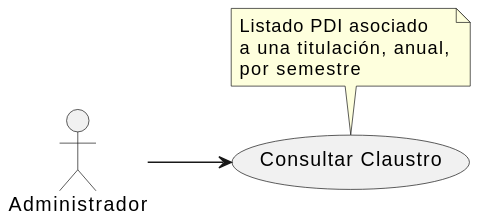
mmasias/24-25-IdSw1-SDR keeps this PlantUML diagram as images/modelosUML/CdU/Individuales/ClaustroDocente.svg. Above is the earlier version.
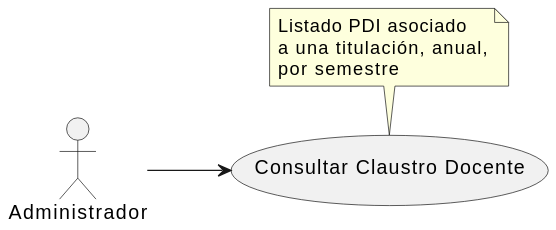
The same file after the commit.

The edit, as a diff of the source:
```diff
@@ -1,14 +1,13 @@
 @startuml
 left to right direction
 
-actor "Administrador" as admin
+actor Administrador
 
-usecase "Consultar Claustro" as consClaustro
-note top of consClaustro
-    Listado PDI asociado
-    a una titulación, anual,
-    por semestre
+Administrador --> (Consultar Claustro Docente)
+
+note top of (Consultar Claustro Docente)
+  Listado PDI asociado
+  a una titulación, anual,
+  por semestre
 end note
-
-admin --> consClaustro
 @enduml
```
